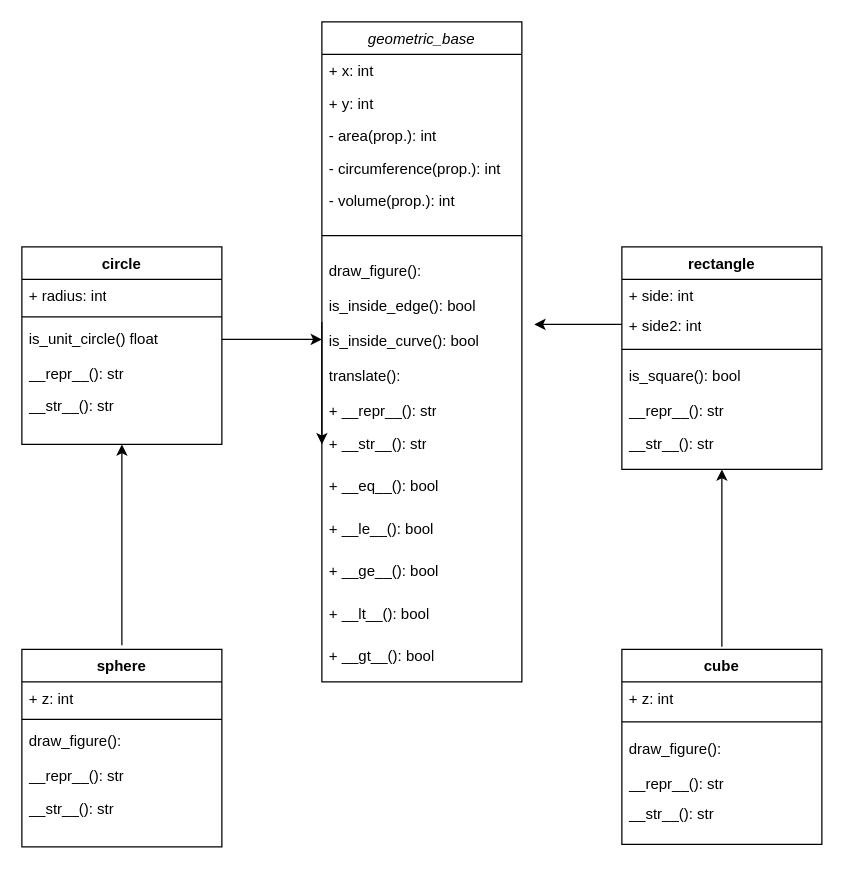
This is page "Page-1" (1 of 2) of Labs/Lab3/UML.drawio from koop46/Python_Alejandro_Martinez, a draw.io file, before an edit. Source tidied: cells renumbered, new cells numbered last; positions are measured from the earlier drawing's top-left corner, leaving out a move shared by most shapes. Both pictures are drawn from the tidied source at 125%, with x=0, y=0 at pixel (21, 21).
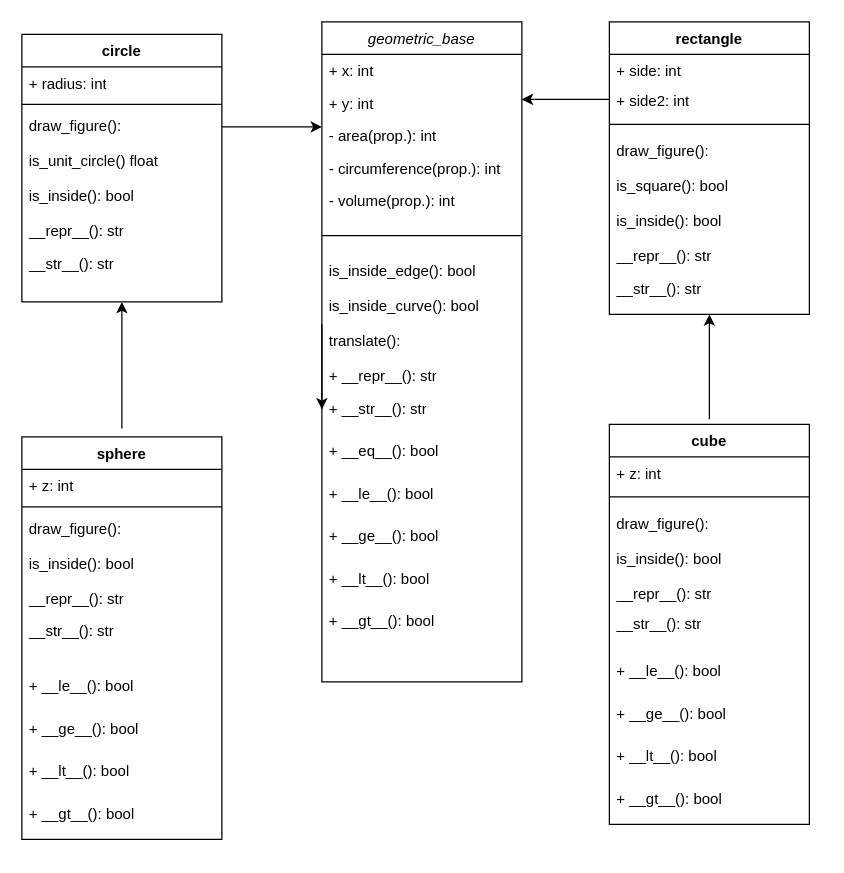
The same page after the edit.

Commit message:
Uppdaterad UML

The change refers to these unchanged cells:
```xml
<mxCell id="2" value="geometric_base&#10;" style="swimlane;fontStyle=2;align=center;verticalAlign=top;horizontal=1;startSize=26;rounded=0;shadow=0;strokeWidth=1;" parent="1" vertex="1">
  <mxGeometry x="240" width="160" height="528" as="geometry" />
</mxCell>
<mxCell id="5" value="- area(prop.): int" style="text;align=left;verticalAlign=top;spacingLeft=4;spacingRight=4;overflow=hidden;points=[[0,0.5],[1,0.5]];portConstraint=eastwest;" parent="2" vertex="1">
  <mxGeometry y="78" width="160" height="26" as="geometry" />
</mxCell>
```

The edit, as a diff of the source:
```diff
@@
-    <mxCell id="9" value="draw_figure():" style="text;align=left;verticalAlign=top;spacingLeft=4;spacingRight=4;overflow=hidden;points=[[0,0.5],[1,0.5]];portConstraint=eastwest;" parent="2" vertex="1">
-      <mxGeometry y="186" width="160" height="28" as="geometry" />
-    </mxCell>
     <mxCell id="10" value="is_inside_edge(): bool" style="text;align=left;verticalAlign=top;spacingLeft=4;spacingRight=4;overflow=hidden;" parent="2" vertex="1">
-      <mxGeometry y="214" width="160" height="28" as="geometry" />
+      <mxGeometry y="186" width="160" height="28" as="geometry" />
     </mxCell>
     <mxCell id="11" value="is_inside_curve(): bool" style="text;align=left;verticalAlign=top;spacingLeft=4;spacingRight=4;overflow=hidden;points=[[0,0.5],[1,0.5]];portConstraint=eastwest;" parent="2" vertex="1">
-      <mxGeometry y="242" width="160" height="28" as="geometry" />
+      <mxGeometry y="214" width="160" height="28" as="geometry" />
     </mxCell>
     <mxCell id="12" value="translate():" style="text;align=left;verticalAlign=top;spacingLeft=4;spacingRight=4;overflow=hidden;" parent="2" vertex="1">
-      <mxGeometry y="270" width="160" height="28" as="geometry" />
+      <mxGeometry y="242" width="160" height="28" as="geometry" />
     </mxCell>
     <mxCell id="13" value="+ __repr__(): str" style="text;strokeColor=none;fillColor=none;align=left;verticalAlign=top;spacingLeft=4;spacingRight=4;overflow=hidden;whiteSpace=wrap;html=1;" parent="2" vertex="1">
-      <mxGeometry y="298" width="160" height="26" as="geometry" />
+      <mxGeometry y="270" width="160" height="26" as="geometry" />
     </mxCell>
     <mxCell id="14" value="+ __str__(): str" style="text;strokeColor=none;fillColor=none;align=left;verticalAlign=top;spacingLeft=4;spacingRight=4;overflow=hidden;points=[[0,0.5],[1,0.5]];portConstraint=eastwest;whiteSpace=wrap;html=1;" parent="2" vertex="1">
-      <mxGeometry y="324" width="160" height="34" as="geometry" />
+      <mxGeometry y="296" width="160" height="34" as="geometry" />
     </mxCell>
     <mxCell id="15" value="+ __eq__(): bool" style="text;strokeColor=none;fillColor=none;align=left;verticalAlign=top;spacingLeft=4;spacingRight=4;overflow=hidden;whiteSpace=wrap;html=1;" parent="2" vertex="1">
-      <mxGeometry y="358" width="160" height="34" as="geometry" />
+      <mxGeometry y="330" width="160" height="34" as="geometry" />
     </mxCell>
     <mxCell id="16" value="+ __le__(): bool" style="text;strokeColor=none;fillColor=none;align=left;verticalAlign=top;spacingLeft=4;spacingRight=4;overflow=hidden;whiteSpace=wrap;html=1;" parent="2" vertex="1">
-      <mxGeometry y="392" width="160" height="34" as="geometry" />
+      <mxGeometry y="364" width="160" height="34" as="geometry" />
     </mxCell>
     <mxCell id="17" value="+ __ge__(): bool" style="text;strokeColor=none;fillColor=none;align=left;verticalAlign=top;spacingLeft=4;spacingRight=4;overflow=hidden;whiteSpace=wrap;html=1;" parent="2" vertex="1">
-      <mxGeometry y="426" width="160" height="34" as="geometry" />
+      <mxGeometry y="398" width="160" height="34" as="geometry" />
     </mxCell>
     <mxCell id="18" value="+ __lt__(): bool" style="text;strokeColor=none;fillColor=none;align=left;verticalAlign=top;spacingLeft=4;spacingRight=4;overflow=hidden;whiteSpace=wrap;html=1;" parent="2" vertex="1">
-      <mxGeometry y="460" width="160" height="34" as="geometry" />
+      <mxGeometry y="432" width="160" height="34" as="geometry" />
     </mxCell>
     <mxCell id="19" value="+ __gt__(): bool" style="text;strokeColor=none;fillColor=none;align=left;verticalAlign=top;spacingLeft=4;spacingRight=4;overflow=hidden;whiteSpace=wrap;html=1;" parent="2" vertex="1">
-      <mxGeometry y="494" width="160" height="34" as="geometry" />
+      <mxGeometry y="466" width="160" height="34" as="geometry" />
     </mxCell>
@@
     <mxCell id="21" value="rectangle" style="swimlane;fontStyle=1;align=center;verticalAlign=top;horizontal=1;startSize=26;whiteSpace=wrap;html=1;" parent="1" vertex="1">
-      <mxGeometry x="480" y="180" width="160" height="178" as="geometry" />
+      <mxGeometry x="470" width="160" height="234" as="geometry" />
     </mxCell>
@@
+    <mxCell id="50" value="draw_figure():" style="text;align=left;verticalAlign=top;spacingLeft=4;spacingRight=4;overflow=hidden;" parent="21" vertex="1">
+      <mxGeometry y="90" width="160" height="28" as="geometry" />
+    </mxCell>
     <mxCell id="26" value="is_square(): bool" style="text;align=left;verticalAlign=top;spacingLeft=4;spacingRight=4;overflow=hidden;" parent="21" vertex="1">
-      <mxGeometry y="90" width="160" height="28" as="geometry" />
+      <mxGeometry y="118" width="160" height="28" as="geometry" />
     </mxCell>
+    <mxCell id="51" value="is_inside(): bool" style="text;align=left;verticalAlign=top;spacingLeft=4;spacingRight=4;overflow=hidden;" parent="21" vertex="1">
+      <mxGeometry y="146" width="160" height="28" as="geometry" />
+    </mxCell>
     <mxCell id="27" value="__repr__(): str" style="text;strokeColor=none;fillColor=none;align=left;verticalAlign=top;spacingLeft=4;spacingRight=4;overflow=hidden;whiteSpace=wrap;html=1;" parent="21" vertex="1">
-      <mxGeometry y="118" width="160" height="26" as="geometry" />
+      <mxGeometry y="174" width="160" height="26" as="geometry" />
     </mxCell>
     <mxCell id="28" value="__str__(): str" style="text;strokeColor=none;fillColor=none;align=left;verticalAlign=top;spacingLeft=4;spacingRight=4;overflow=hidden;points=[[0,0.5],[1,0.5]];portConstraint=eastwest;whiteSpace=wrap;html=1;" parent="21" vertex="1">
-      <mxGeometry y="144" width="160" height="34" as="geometry" />
+      <mxGeometry y="200" width="160" height="34" as="geometry" />
     </mxCell>
     <mxCell id="29" value="circle&lt;br&gt;" style="swimlane;fontStyle=1;align=center;verticalAlign=top;horizontal=1;startSize=26;whiteSpace=wrap;html=1;" parent="1" vertex="1">
-      <mxGeometry y="180" width="160" height="158" as="geometry" />
+      <mxGeometry y="10" width="160" height="214" as="geometry" />
     </mxCell>
@@
-    <mxCell id="32" style="edgeStyle=orthogonalEdgeStyle;rounded=0;jettySize=auto;html=1;" parent="29" edge="1" source="33">
-      <mxGeometry relative="1" as="geometry">
-        <mxPoint x="240" y="74" as="targetPoint" />
-      </mxGeometry>
-    </mxCell>
+    <mxCell id="9" value="draw_figure():" style="text;align=left;verticalAlign=top;spacingLeft=4;spacingRight=4;overflow=hidden;points=[[0,0.5],[1,0.5]];portConstraint=eastwest;" parent="29" vertex="1">
+      <mxGeometry y="60" width="160" height="28" as="geometry" />
+    </mxCell>
     <mxCell id="33" value="is_unit_circle() float" style="text;align=left;verticalAlign=top;spacingLeft=4;spacingRight=4;overflow=hidden;points=[[0,0.5],[1,0.5]];portConstraint=eastwest;" parent="29" vertex="1">
-      <mxGeometry y="60" width="160" height="28" as="geometry" />
+      <mxGeometry y="88" width="160" height="28" as="geometry" />
     </mxCell>
+    <mxCell id="52" value="is_inside(): bool" style="text;align=left;verticalAlign=top;spacingLeft=4;spacingRight=4;overflow=hidden;" parent="29" vertex="1">
+      <mxGeometry y="116" width="160" height="28" as="geometry" />
+    </mxCell>
     <mxCell id="34" value="__repr__(): str" style="text;strokeColor=none;fillColor=none;align=left;verticalAlign=top;spacingLeft=4;spacingRight=4;overflow=hidden;whiteSpace=wrap;html=1;" parent="29" vertex="1">
-      <mxGeometry y="88" width="160" height="26" as="geometry" />
+      <mxGeometry y="144" width="160" height="26" as="geometry" />
     </mxCell>
     <mxCell id="35" value="__str__(): str" style="text;strokeColor=none;fillColor=none;align=left;verticalAlign=top;spacingLeft=4;spacingRight=4;overflow=hidden;whiteSpace=wrap;html=1;" parent="29" vertex="1">
-      <mxGeometry y="114" width="160" height="44" as="geometry" />
+      <mxGeometry y="170" width="160" height="44" as="geometry" />
     </mxCell>
@@
     <mxCell id="37" value="cube" style="swimlane;fontStyle=1;align=center;verticalAlign=top;horizontal=1;startSize=26;whiteSpace=wrap;html=1;" parent="1" vertex="1">
-      <mxGeometry x="480" y="502" width="160" height="156" as="geometry" />
+      <mxGeometry x="470" y="322" width="160" height="320" as="geometry" />
     </mxCell>
@@
+    <mxCell id="53" value="is_inside(): bool" style="text;align=left;verticalAlign=top;spacingLeft=4;spacingRight=4;overflow=hidden;" parent="37" vertex="1">
+      <mxGeometry y="94" width="160" height="28" as="geometry" />
+    </mxCell>
     <mxCell id="41" value="__repr__(): str" style="text;strokeColor=none;fillColor=none;align=left;verticalAlign=top;spacingLeft=4;spacingRight=4;overflow=hidden;whiteSpace=wrap;html=1;" parent="37" vertex="1">
-      <mxGeometry y="94" width="160" height="24" as="geometry" />
+      <mxGeometry y="122" width="160" height="24" as="geometry" />
     </mxCell>
     <mxCell id="42" value="__str__(): str" style="text;strokeColor=none;fillColor=none;align=left;verticalAlign=top;spacingLeft=4;spacingRight=4;overflow=hidden;whiteSpace=wrap;html=1;" parent="37" vertex="1">
-      <mxGeometry y="118" width="160" height="38" as="geometry" />
+      <mxGeometry y="146" width="160" height="38" as="geometry" />
     </mxCell>
+    <mxCell id="54" value="+ __le__(): bool" style="text;strokeColor=none;fillColor=none;align=left;verticalAlign=top;spacingLeft=4;spacingRight=4;overflow=hidden;whiteSpace=wrap;html=1;" parent="37" vertex="1">
+      <mxGeometry y="184" width="160" height="34" as="geometry" />
+    </mxCell>
+    <mxCell id="55" value="+ __ge__(): bool" style="text;strokeColor=none;fillColor=none;align=left;verticalAlign=top;spacingLeft=4;spacingRight=4;overflow=hidden;whiteSpace=wrap;html=1;" parent="37" vertex="1">
+      <mxGeometry y="218" width="160" height="34" as="geometry" />
+    </mxCell>
+    <mxCell id="56" value="+ __lt__(): bool" style="text;strokeColor=none;fillColor=none;align=left;verticalAlign=top;spacingLeft=4;spacingRight=4;overflow=hidden;whiteSpace=wrap;html=1;" parent="37" vertex="1">
+      <mxGeometry y="252" width="160" height="34" as="geometry" />
+    </mxCell>
+    <mxCell id="57" value="+ __gt__(): bool" style="text;strokeColor=none;fillColor=none;align=left;verticalAlign=top;spacingLeft=4;spacingRight=4;overflow=hidden;whiteSpace=wrap;html=1;" parent="37" vertex="1">
+      <mxGeometry y="286" width="160" height="34" as="geometry" />
+    </mxCell>
@@
     <mxCell id="44" value="sphere" style="swimlane;fontStyle=1;align=center;verticalAlign=top;horizontal=1;startSize=26;whiteSpace=wrap;html=1;" parent="1" vertex="1">
-      <mxGeometry y="502" width="160" height="158" as="geometry" />
+      <mxGeometry y="332" width="160" height="322" as="geometry" />
     </mxCell>
@@
+    <mxCell id="58" value="is_inside(): bool" style="text;align=left;verticalAlign=top;spacingLeft=4;spacingRight=4;overflow=hidden;" parent="44" vertex="1">
+      <mxGeometry y="88" width="160" height="28" as="geometry" />
+    </mxCell>
     <mxCell id="48" value="__repr__(): str" style="text;strokeColor=none;fillColor=none;align=left;verticalAlign=top;spacingLeft=4;spacingRight=4;overflow=hidden;whiteSpace=wrap;html=1;" parent="44" vertex="1">
-      <mxGeometry y="88" width="160" height="26" as="geometry" />
+      <mxGeometry y="116" width="160" height="26" as="geometry" />
     </mxCell>
     <mxCell id="49" value="__str__(): str" style="text;strokeColor=none;fillColor=none;align=left;verticalAlign=top;spacingLeft=4;spacingRight=4;overflow=hidden;whiteSpace=wrap;html=1;" parent="44" vertex="1">
-      <mxGeometry y="114" width="160" height="44" as="geometry" />
+      <mxGeometry y="142" width="160" height="44" as="geometry" />
     </mxCell>
+    <mxCell id="59" value="+ __le__(): bool" style="text;strokeColor=none;fillColor=none;align=left;verticalAlign=top;spacingLeft=4;spacingRight=4;overflow=hidden;whiteSpace=wrap;html=1;" parent="44" vertex="1">
+      <mxGeometry y="186" width="160" height="34" as="geometry" />
+    </mxCell>
+    <mxCell id="60" value="+ __ge__(): bool" style="text;strokeColor=none;fillColor=none;align=left;verticalAlign=top;spacingLeft=4;spacingRight=4;overflow=hidden;whiteSpace=wrap;html=1;" parent="44" vertex="1">
+      <mxGeometry y="220" width="160" height="34" as="geometry" />
+    </mxCell>
+    <mxCell id="61" value="+ __lt__(): bool" style="text;strokeColor=none;fillColor=none;align=left;verticalAlign=top;spacingLeft=4;spacingRight=4;overflow=hidden;whiteSpace=wrap;html=1;" parent="44" vertex="1">
+      <mxGeometry y="254" width="160" height="34" as="geometry" />
+    </mxCell>
+    <mxCell id="62" value="+ __gt__(): bool" style="text;strokeColor=none;fillColor=none;align=left;verticalAlign=top;spacingLeft=4;spacingRight=4;overflow=hidden;whiteSpace=wrap;html=1;" parent="44" vertex="1">
+      <mxGeometry y="288" width="160" height="34" as="geometry" />
+    </mxCell>
+    <mxCell id="63" style="edgeStyle=orthogonalEdgeStyle;rounded=0;jettySize=auto;html=1;entryX=0;entryY=0.231;entryDx=0;entryDy=0;entryPerimeter=0;" parent="1" edge="1" source="9" target="5">
+      <mxGeometry relative="1" as="geometry" />
+    </mxCell>
```
